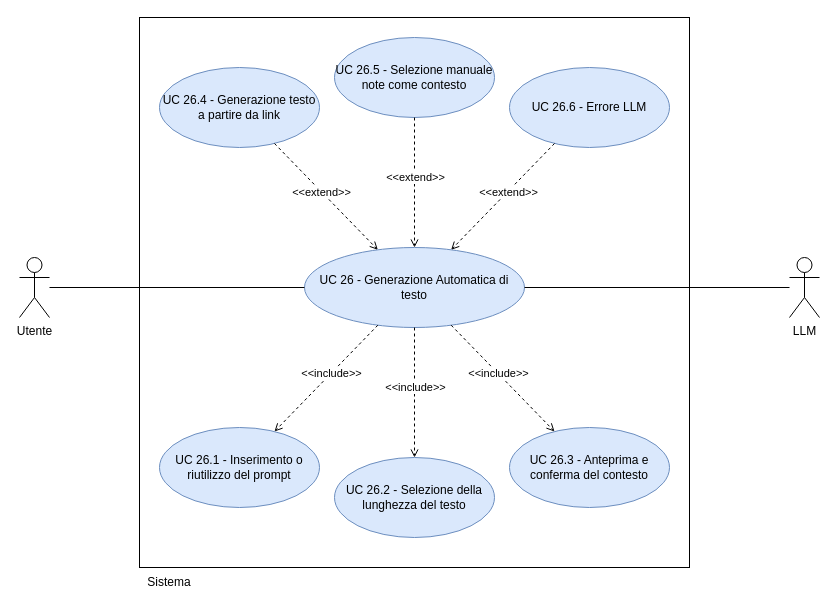
Earlier version of the draw.io diagram RTB/doc_esterna/analisi-dei-requisiti/assets/draw.io/UC26.drawio (thebitless-group-swe/thebitless.github.io). Source tidied: cells renumbered, new cells numbered last; positions are measured from the earlier drawing's top-left corner, leaving out a move shared by most shapes. Both pictures are drawn from the tidied source at 100%, with x=0, y=0 at pixel (19, 17).
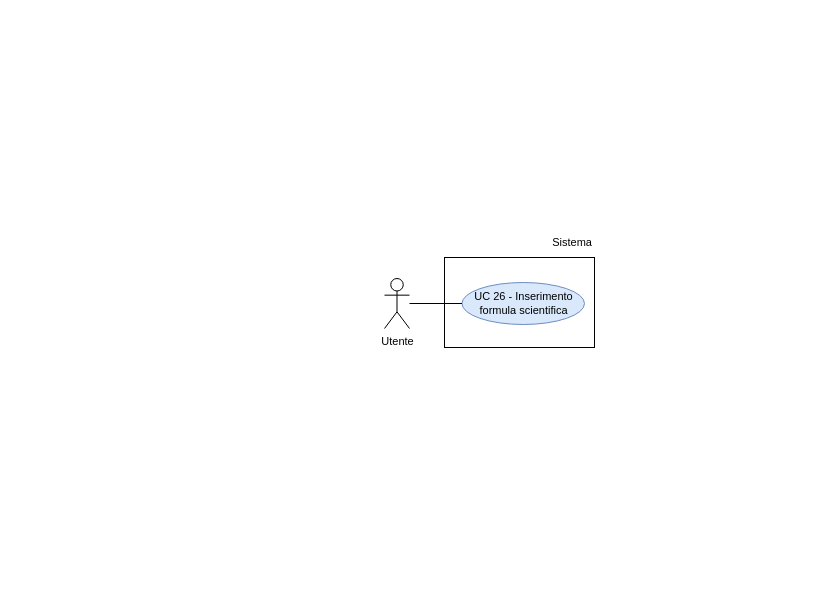
After the change.

Diff of the diagram source:
```diff
@@
-    <mxCell id="2" value="Utente" style="shape=umlActor;verticalLabelPosition=bottom;verticalAlign=top;html=1;outlineConnect=0;" parent="1" vertex="1">
-      <mxGeometry y="240" width="30" height="60" as="geometry" />
+    <mxCell id="2" value="Utente" style="shape=umlActor;verticalLabelPosition=bottom;verticalAlign=top;html=1;outlineConnect=0;fontSize=11;" parent="1" vertex="1">
+      <mxGeometry x="365" y="261" width="25" height="50" as="geometry" />
     </mxCell>
-    <mxCell id="3" value="LLM" style="shape=umlActor;verticalLabelPosition=bottom;verticalAlign=top;html=1;outlineConnect=0;" parent="1" vertex="1">
-      <mxGeometry x="770" y="240" width="30" height="60" as="geometry" />
-    </mxCell>
-    <mxCell id="4" style="whiteSpace=wrap;html=1;" parent="1" vertex="1">
-      <mxGeometry x="120" width="550" height="550" as="geometry" />
-    </mxCell>
+    <mxCell id="27" style="rounded=0;whiteSpace=wrap;html=1;strokeWidth=1;" parent="1" vertex="1">
+      <mxGeometry x="425" y="240" width="150" height="90" as="geometry" />
+    </mxCell>
-    <mxCell id="5" value="Sistema" style="text;html=1;whiteSpace=wrap;strokeColor=none;fillColor=none;align=center;verticalAlign=middle;rounded=0;" parent="1" vertex="1">
-      <mxGeometry x="120" y="550" width="60" height="30" as="geometry" />
+    <mxCell id="5" value="Sistema" style="text;html=1;whiteSpace=wrap;strokeColor=none;fillColor=none;align=right;verticalAlign=middle;fontSize=11;" parent="1" vertex="1">
+      <mxGeometry x="515" y="210" width="60" height="30" as="geometry" />
     </mxCell>
-    <mxCell id="6" value="UC 26 - Generazione Automatica di testo" style="ellipse;whiteSpace=wrap;html=1;fillColor=#dae8fc;strokeColor=#6c8ebf;" parent="1" vertex="1">
-      <mxGeometry x="285" y="230" width="220" height="80" as="geometry" />
-    </mxCell>
-    <mxCell id="7" value="UC 26.1 - Inserimento o riutilizzo del prompt" style="ellipse;whiteSpace=wrap;html=1;fillColor=#dae8fc;strokeColor=#6c8ebf;" parent="1" vertex="1">
-      <mxGeometry x="140" y="410" width="160" height="80" as="geometry" />
-    </mxCell>
-    <mxCell id="8" value="UC 26.2 - Selezione della lunghezza del testo" style="ellipse;whiteSpace=wrap;html=1;fillColor=#dae8fc;strokeColor=#6c8ebf;" parent="1" vertex="1">
-      <mxGeometry x="315" y="440" width="160" height="80" as="geometry" />
-    </mxCell>
-    <mxCell id="9" value="UC 26.3 - Anteprima e conferma del contesto" style="ellipse;whiteSpace=wrap;html=1;fillColor=#dae8fc;strokeColor=#6c8ebf;" parent="1" vertex="1">
-      <mxGeometry x="490" y="410" width="160" height="80" as="geometry" />
-    </mxCell>
-    <mxCell id="10" value="UC 26.4 - Generazione testo a partire da link" style="ellipse;whiteSpace=wrap;html=1;fillColor=#dae8fc;strokeColor=#6c8ebf;" parent="1" vertex="1">
-      <mxGeometry x="140" y="50" width="160" height="80" as="geometry" />
-    </mxCell>
-    <mxCell id="11" value="UC 26.5 - Selezione manuale note come contesto" style="ellipse;whiteSpace=wrap;html=1;fillColor=#dae8fc;strokeColor=#6c8ebf;" parent="1" vertex="1">
-      <mxGeometry x="315" y="20" width="160" height="80" as="geometry" />
-    </mxCell>
-    <mxCell id="12" value="UC 26.6 - Errore LLM" style="ellipse;whiteSpace=wrap;html=1;fillColor=#dae8fc;strokeColor=#6c8ebf;" parent="1" vertex="1">
-      <mxGeometry x="490" y="50" width="160" height="80" as="geometry" />
-    </mxCell>
-    <mxCell id="13" style="edgeStyle=none;rounded=0;jettySize=auto;html=1;endArrow=none;endFill=0;" parent="1" edge="1" source="2" target="6">
-      <mxGeometry relative="1" as="geometry" />
-    </mxCell>
-    <mxCell id="14" style="edgeStyle=none;rounded=0;jettySize=auto;html=1;endArrow=none;endFill=0;" parent="1" edge="1" source="3" target="6">
-      <mxGeometry relative="1" as="geometry" />
-    </mxCell>
-    <mxCell id="15" style="edgeStyle=none;rounded=0;jettySize=auto;html=1;endArrow=open;endFill=0;dashed=1;" parent="1" edge="1" source="6" target="7">
-      <mxGeometry relative="1" as="geometry" />
-    </mxCell>
-    <mxCell id="16" value="&amp;lt;&amp;lt;include&amp;gt;&amp;gt;" style="edgeLabel;html=1;align=center;verticalAlign=middle;" parent="15" vertex="1">
-      <mxGeometry x="-0.1" relative="1" as="geometry" />
-    </mxCell>
-    <mxCell id="17" style="edgeStyle=none;rounded=0;jettySize=auto;html=1;endArrow=open;endFill=0;dashed=1;" parent="1" edge="1" source="6" target="8">
-      <mxGeometry relative="1" as="geometry" />
-    </mxCell>
-    <mxCell id="18" value="&amp;lt;&amp;lt;include&amp;gt;&amp;gt;" style="edgeLabel;html=1;align=center;verticalAlign=middle;" parent="17" vertex="1">
-      <mxGeometry x="-0.1" relative="1" as="geometry" />
-    </mxCell>
-    <mxCell id="19" style="edgeStyle=none;rounded=0;jettySize=auto;html=1;endArrow=open;endFill=0;dashed=1;" parent="1" edge="1" source="6" target="9">
-      <mxGeometry relative="1" as="geometry" />
-    </mxCell>
-    <mxCell id="20" value="&amp;lt;&amp;lt;include&amp;gt;&amp;gt;" style="edgeLabel;html=1;align=center;verticalAlign=middle;" parent="19" vertex="1">
-      <mxGeometry x="-0.1" relative="1" as="geometry" />
-    </mxCell>
-    <mxCell id="21" style="edgeStyle=none;rounded=0;jettySize=auto;html=1;endArrow=open;endFill=0;dashed=1;" parent="1" edge="1" source="10" target="6">
-      <mxGeometry relative="1" as="geometry" />
-    </mxCell>
-    <mxCell id="22" value="&amp;lt;&amp;lt;extend&amp;gt;&amp;gt;" style="edgeLabel;html=1;align=center;verticalAlign=middle;" parent="21" vertex="1">
-      <mxGeometry x="-0.1" relative="1" as="geometry" />
-    </mxCell>
-    <mxCell id="23" style="edgeStyle=none;rounded=0;jettySize=auto;html=1;endArrow=open;endFill=0;dashed=1;" parent="1" edge="1" source="11" target="6">
-      <mxGeometry relative="1" as="geometry" />
-    </mxCell>
-    <mxCell id="24" value="&amp;lt;&amp;lt;extend&amp;gt;&amp;gt;" style="edgeLabel;html=1;align=center;verticalAlign=middle;" parent="23" vertex="1">
-      <mxGeometry x="-0.1" relative="1" as="geometry" />
-    </mxCell>
-    <mxCell id="25" style="edgeStyle=none;rounded=0;jettySize=auto;html=1;endArrow=open;endFill=0;dashed=1;" parent="1" edge="1" source="12" target="6">
-      <mxGeometry relative="1" as="geometry" />
-    </mxCell>
-    <mxCell id="26" value="&amp;lt;&amp;lt;extend&amp;gt;&amp;gt;" style="edgeLabel;html=1;align=center;verticalAlign=middle;" parent="25" vertex="1">
-      <mxGeometry x="-0.1" relative="1" as="geometry" />
-    </mxCell>
+    <mxCell id="28" value="UC 26 - Inserimento formula scientifica" style="ellipse;whiteSpace=wrap;html=1;fillColor=#dae8fc;strokeColor=#6c8ebf;fontSize=11;convertToSvg=1;svgWhiteSpace=wrap;labelBorderColor=none;labelBackgroundColor=none;spacingBottom=0;" parent="1" vertex="1">
+      <mxGeometry x="442.5" y="265" width="122.5" height="42" as="geometry" />
+    </mxCell>
+    <mxCell id="29" style="edgeStyle=none;rounded=0;jettySize=auto;html=1;endArrow=none;endFill=0;" parent="1" edge="1" source="2" target="28">
+      <mxGeometry relative="1" as="geometry" />
+    </mxCell>
+    <mxCell id="30" style="edgeStyle=orthogonalEdgeStyle;rounded=0;orthogonalLoop=1;jettySize=auto;html=1;exitX=0.5;exitY=1;exitDx=0;exitDy=0;" parent="1" edge="1" source="5" target="5">
+      <mxGeometry relative="1" as="geometry" />
+    </mxCell>
```
